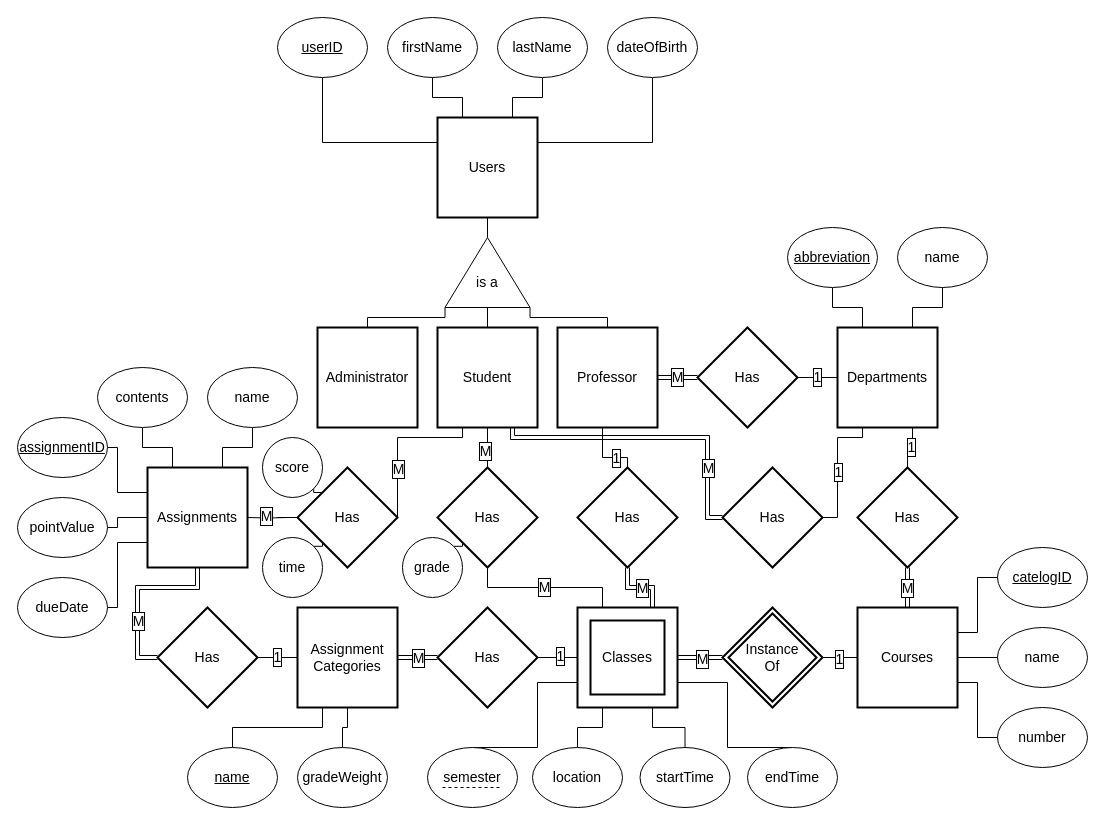
Before: 6016/project_Phase_1/project_ER_Model.drawio in erikpoole/Masters-of-Software-Developement, a draw.io diagram. Source tidied: cells renumbered, new cells numbered last; positions are measured from the earlier drawing's top-left corner, leaving out a move shared by most shapes. Both pictures are drawn from the tidied source at 100%, with x=0, y=0 at pixel (17, 17).
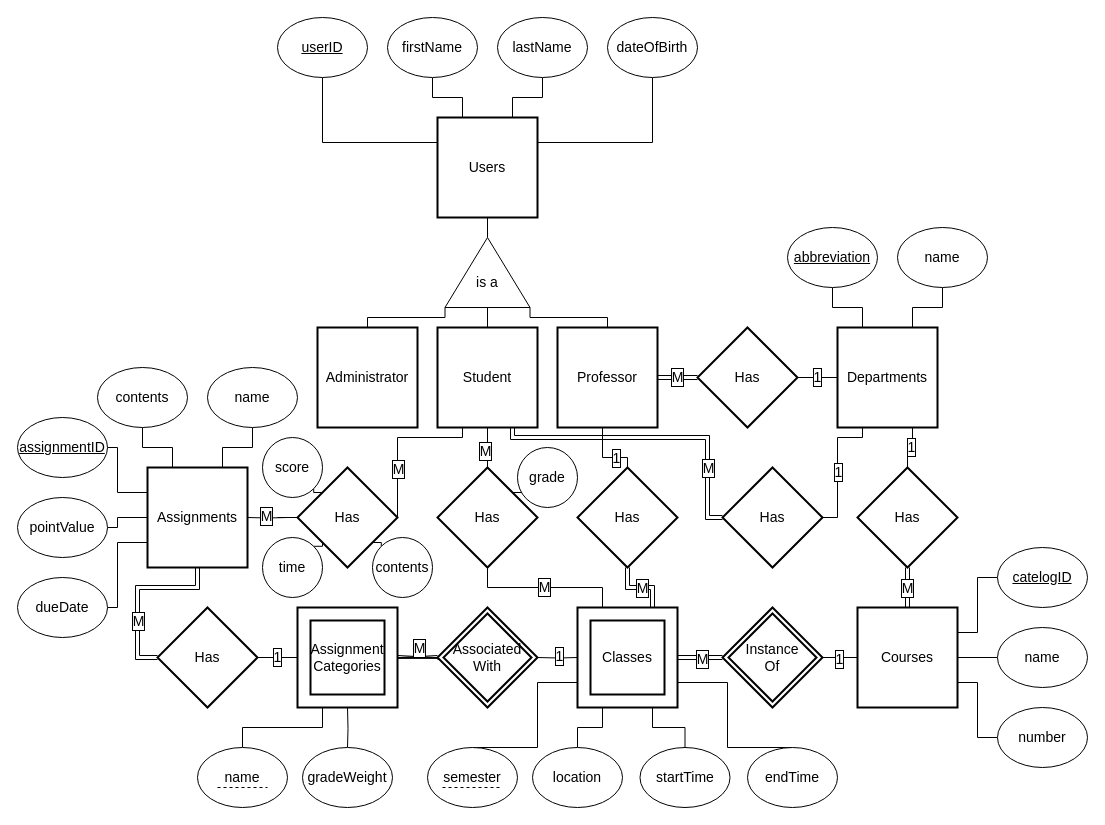
After the change.

Commit message (it also covers changes not shown here):
Updated ER_Model to be more accurage

Unchanged cells that the change refers to:
```xml
<mxCell id="55" value="Classes" style="shape=ext;strokeWidth=2;margin=10;double=1;whiteSpace=wrap;html=1;align=center;fontSize=14;" parent="1" vertex="1">
  <mxGeometry x="560" y="590" width="100" height="100" as="geometry" />
</mxCell>
<mxCell id="67" value="Has" style="shape=rhombus;strokeWidth=2;fontSize=17;perimeter=rhombusPerimeter;whiteSpace=wrap;html=1;align=center;fontSize=14;" parent="1" vertex="1">
  <mxGeometry x="420" y="450" width="100" height="100" as="geometry" />
</mxCell>
<mxCell id="83" value="Has" style="shape=rhombus;strokeWidth=2;fontSize=17;perimeter=rhombusPerimeter;whiteSpace=wrap;html=1;align=center;fontSize=14;" parent="1" vertex="1">
  <mxGeometry x="280" y="450" width="100" height="100" as="geometry" />
</mxCell>
<mxCell id="89" value="Has" style="shape=rhombus;strokeWidth=2;fontSize=17;perimeter=rhombusPerimeter;whiteSpace=wrap;html=1;align=center;fontSize=14;" parent="1" vertex="1">
  <mxGeometry x="140" y="590" width="100" height="100" as="geometry" />
</mxCell>
```

What changed in the source:
```diff
@@
+    <mxCell id="106" style="edgeStyle=orthogonalEdgeStyle;rounded=0;jettySize=auto;html=1;exitX=1;exitY=0;exitDx=0;exitDy=0;entryX=0;entryY=1;entryDx=0;entryDy=0;" parent="1" edge="1" source="67" target="111">
+      <mxGeometry relative="1" as="geometry" />
+    </mxCell>
@@
-    <mxCell id="71" style="edgeStyle=orthogonalEdgeStyle;rounded=0;jumpSize=6;jettySize=auto;html=1;exitX=1;exitY=0.5;exitDx=0;exitDy=0;entryX=0;entryY=0.5;entryDx=0;entryDy=0;endArrow=none;endFill=0;fontSize=14;" parent="1" edge="1" source="73" target="55">
-      <mxGeometry relative="1" as="geometry" />
+    <mxCell id="71" style="edgeStyle=orthogonalEdgeStyle;rounded=0;jumpSize=6;jettySize=auto;html=1;exitX=1;exitY=0.5;exitDx=0;exitDy=0;entryX=0;entryY=0.5;entryDx=0;entryDy=0;endArrow=none;endFill=0;fontSize=14;" parent="1" edge="1" target="55">
+      <mxGeometry relative="1" as="geometry">
+        <mxPoint x="520" y="640" as="sourcePoint" />
+      </mxGeometry>
     </mxCell>
@@
-    <mxCell id="73" value="Has" style="shape=rhombus;strokeWidth=2;fontSize=17;perimeter=rhombusPerimeter;whiteSpace=wrap;html=1;align=center;fontSize=14;" parent="1" vertex="1">
-      <mxGeometry x="420" y="590" width="100" height="100" as="geometry" />
-    </mxCell>
-    <mxCell id="74" style="edgeStyle=orthogonalEdgeStyle;rounded=0;jumpSize=6;jettySize=auto;html=1;exitX=1;exitY=0.5;exitDx=0;exitDy=0;entryX=0;entryY=0.5;entryDx=0;entryDy=0;endArrow=none;endFill=0;fontSize=14;shape=link;" parent="1" edge="1" source="78" target="73">
-      <mxGeometry relative="1" as="geometry" />
+    <mxCell id="74" style="edgeStyle=orthogonalEdgeStyle;rounded=0;jumpSize=6;orthogonalLoop=1;jettySize=auto;html=1;exitX=1;exitY=0.5;exitDx=0;exitDy=0;entryX=0;entryY=0.5;entryDx=0;entryDy=0;endArrow=none;endFill=0;fontSize=14;shape=link;" parent="1" edge="1">
+      <mxGeometry relative="1" as="geometry">
+        <mxPoint x="380" y="640" as="sourcePoint" />
+        <mxPoint x="420" y="640" as="targetPoint" />
+      </mxGeometry>
     </mxCell>
@@
-    <mxCell id="76" style="edgeStyle=orthogonalEdgeStyle;rounded=0;jumpSize=6;jettySize=auto;html=1;exitX=0.5;exitY=1;exitDx=0;exitDy=0;entryX=0.5;entryY=0;entryDx=0;entryDy=0;endArrow=none;endFill=0;fontSize=14;" parent="1" edge="1" source="78" target="90">
-      <mxGeometry relative="1" as="geometry" />
+    <mxCell id="76" style="edgeStyle=orthogonalEdgeStyle;rounded=0;jumpSize=6;jettySize=auto;html=1;exitX=0.5;exitY=1;exitDx=0;exitDy=0;entryX=0.5;entryY=0;entryDx=0;entryDy=0;endArrow=none;endFill=0;fontSize=14;" parent="1" edge="1" target="90">
+      <mxGeometry relative="1" as="geometry">
+        <mxPoint x="330" y="690" as="sourcePoint" />
+      </mxGeometry>
     </mxCell>
-    <mxCell id="77" style="edgeStyle=orthogonalEdgeStyle;rounded=0;jumpSize=6;jettySize=auto;html=1;exitX=0.25;exitY=1;exitDx=0;exitDy=0;entryX=0.5;entryY=0;entryDx=0;entryDy=0;endArrow=none;endFill=0;fontSize=14;" parent="1" edge="1" source="78" target="91">
-      <mxGeometry relative="1" as="geometry" />
-    </mxCell>
-    <mxCell id="78" value="Assignment Categories" style="strokeWidth=2;whiteSpace=wrap;html=1;align=center;fontSize=14;" parent="1" vertex="1">
-      <mxGeometry x="280" y="590" width="100" height="100" as="geometry" />
-    </mxCell>
@@
+    <mxCell id="107" style="edgeStyle=orthogonalEdgeStyle;rounded=0;jettySize=auto;html=1;exitX=1;exitY=1;exitDx=0;exitDy=0;entryX=0;entryY=0;entryDx=0;entryDy=0;endArrow=none;endFill=0;" parent="1" edge="1" source="83" target="102">
+      <mxGeometry relative="1" as="geometry" />
+    </mxCell>
@@
-    <mxCell id="88" value="1" style="edgeStyle=orthogonalEdgeStyle;rounded=0;jumpSize=6;jettySize=auto;html=1;exitX=1;exitY=0.5;exitDx=0;exitDy=0;entryX=0;entryY=0.5;entryDx=0;entryDy=0;endArrow=none;endFill=0;fontSize=14;labelBorderColor=#000000;" parent="1" edge="1" source="89" target="78">
-      <mxGeometry relative="1" as="geometry" />
+    <mxCell id="88" value="1" style="edgeStyle=orthogonalEdgeStyle;rounded=0;jumpSize=6;jettySize=auto;html=1;exitX=1;exitY=0.5;exitDx=0;exitDy=0;entryX=0;entryY=0.5;entryDx=0;entryDy=0;endArrow=none;endFill=0;fontSize=14;labelBorderColor=#000000;" parent="1" edge="1" source="89">
+      <mxGeometry relative="1" as="geometry">
+        <mxPoint x="280" y="640" as="targetPoint" />
+      </mxGeometry>
     </mxCell>
@@
     <mxCell id="90" value="gradeWeight" style="ellipse;whiteSpace=wrap;html=1;fontSize=14;" parent="1" vertex="1">
-      <mxGeometry x="280" y="730" width="90" height="60" as="geometry" />
+      <mxGeometry x="285" y="730" width="90" height="60" as="geometry" />
     </mxCell>
-    <mxCell id="91" value="&lt;u&gt;name&lt;/u&gt;" style="ellipse;whiteSpace=wrap;html=1;fontSize=14;" parent="1" vertex="1">
-      <mxGeometry x="170" y="730" width="90" height="60" as="geometry" />
-    </mxCell>
@@
-    <mxCell id="101" style="edgeStyle=orthogonalEdgeStyle;rounded=0;jettySize=auto;html=1;exitX=1;exitY=0;exitDx=0;exitDy=0;entryX=0;entryY=1;entryDx=0;entryDy=0;endArrow=none;endFill=0;" parent="1" edge="1" source="102" target="67">
-      <mxGeometry relative="1" as="geometry" />
-    </mxCell>
-    <mxCell id="102" value="grade" style="ellipse;whiteSpace=wrap;html=1;fontSize=14;" parent="1" vertex="1">
-      <mxGeometry x="385" y="520" width="60" height="60" as="geometry" />
+    <mxCell id="102" value="contents" style="ellipse;whiteSpace=wrap;html=1;fontSize=14;" parent="1" vertex="1">
+      <mxGeometry x="355" y="520" width="60" height="60" as="geometry" />
     </mxCell>
@@
+    <mxCell id="108" value="Associated With&lt;br&gt;" style="shape=rhombus;double=1;strokeWidth=2;fontSize=17;perimeter=rhombusPerimeter;whiteSpace=wrap;html=1;align=center;fontSize=14;" parent="1" vertex="1">
+      <mxGeometry x="420" y="590" width="100" height="100" as="geometry" />
+    </mxCell>
+    <mxCell id="78" value="Assignment Categories" style="shape=ext;strokeWidth=2;margin=10;double=1;whiteSpace=wrap;html=1;align=center;fontSize=14;" parent="1" vertex="1">
+      <mxGeometry x="280" y="590" width="100" height="100" as="geometry" />
+    </mxCell>
+    <mxCell id="109" style="edgeStyle=orthogonalEdgeStyle;rounded=0;jettySize=auto;html=1;exitX=0.5;exitY=0;exitDx=0;exitDy=0;entryX=0.25;entryY=1;entryDx=0;entryDy=0;endArrow=none;endFill=0;" parent="1" edge="1" source="91" target="78">
+      <mxGeometry relative="1" as="geometry" />
+    </mxCell>
+    <mxCell id="91" value="name" style="ellipse;whiteSpace=wrap;html=1;fontSize=14;" parent="1" vertex="1">
+      <mxGeometry x="180" y="730" width="90" height="60" as="geometry" />
+    </mxCell>
+    <mxCell id="110" style="endArrow=none;dashed=1;html=1;fontSize=14;" parent="1" edge="1">
+      <mxGeometry relative="1" as="geometry">
+        <mxPoint x="200" y="770" as="sourcePoint" />
+        <mxPoint x="250" y="770" as="targetPoint" />
+      </mxGeometry>
+    </mxCell>
+    <mxCell id="111" value="grade" style="ellipse;whiteSpace=wrap;html=1;fontSize=14;" parent="1" vertex="1">
+      <mxGeometry x="500" y="430" width="60" height="60" as="geometry" />
+    </mxCell>
```
